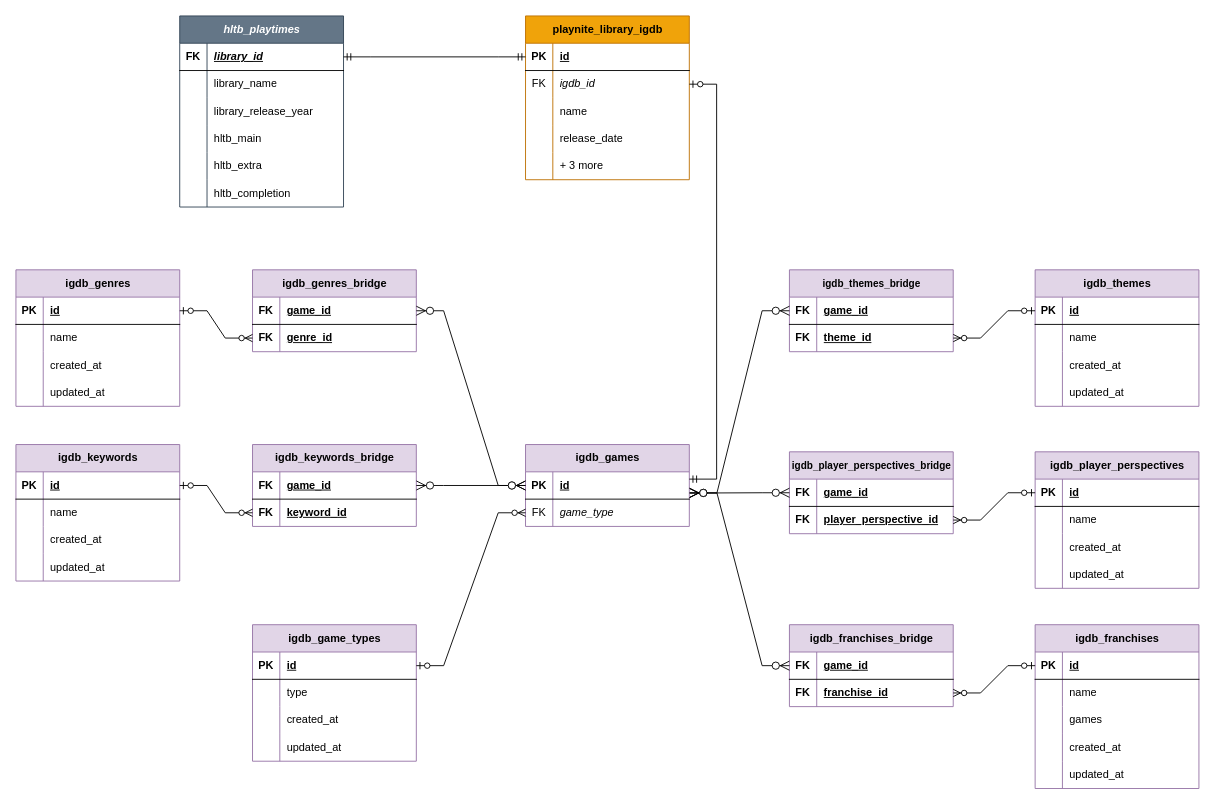
The draw.io diagram docs/diagrams/game-library-enrichment-erd.drawio in tkautzman13/game-library-enrichment-etl, before the edit. Source tidied: cells renumbered, new cells numbered last; positions are measured from the earlier drawing's top-left corner, leaving out a move shared by most shapes. Both pictures are drawn from the tidied source at 91%, with x=0, y=0 at pixel (15, 15).
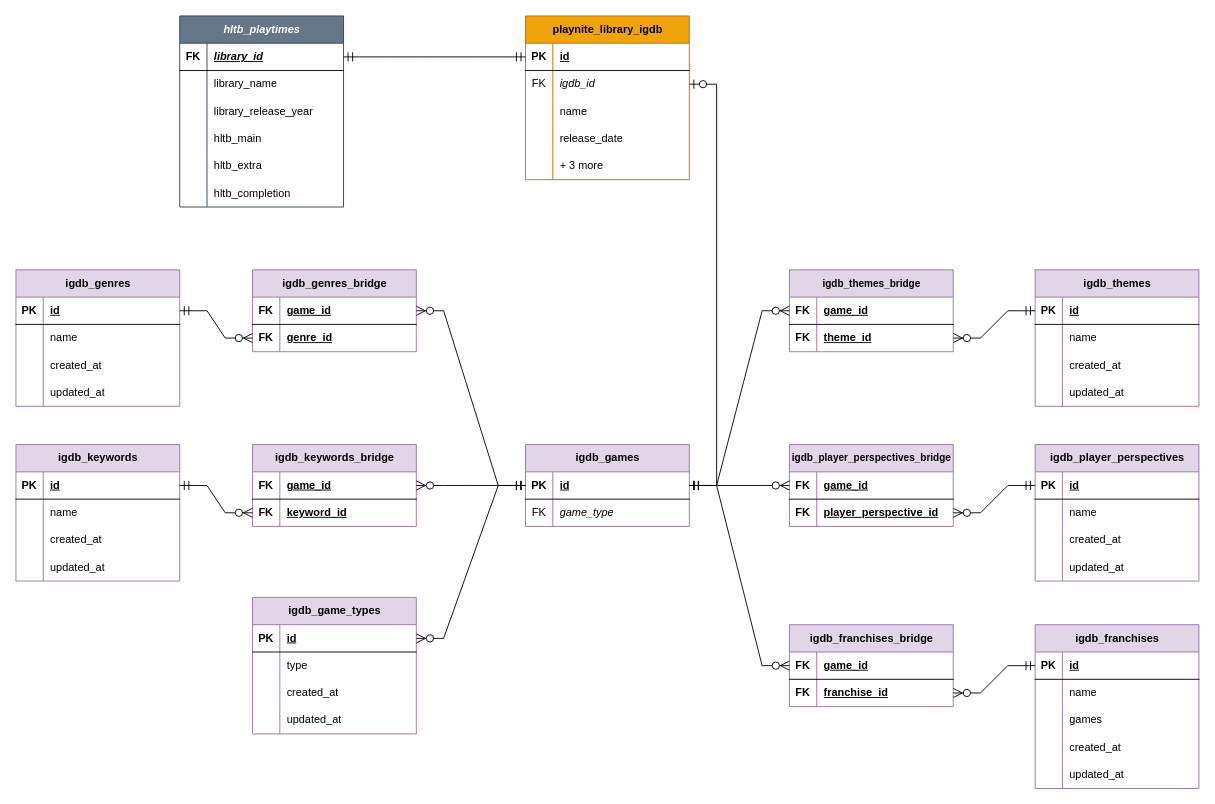
After the change.

Commit message (it also covers changes not shown here):
ERD Adjustments

Unchanged cells that the change refers to:
```xml
<mxCell id="3" style="shape=tableRow;horizontal=0;startSize=0;swimlaneHead=0;swimlaneBody=0;fillColor=none;points=[[0,0.5],[1,0.5]];portConstraint=eastwest;top=0;left=0;right=0;bottom=1;" parent="2" vertex="1">
  <mxGeometry y="30" width="180" height="30" as="geometry" />
</mxCell>
<mxCell id="22" style="shape=tableRow;horizontal=0;startSize=0;swimlaneHead=0;swimlaneBody=0;fillColor=none;points=[[0,0.5],[1,0.5]];portConstraint=eastwest;top=0;left=0;right=0;bottom=1;" parent="21" vertex="1">
  <mxGeometry y="30" width="180" height="30" as="geometry" />
</mxCell>
<mxCell id="25" style="shape=tableRow;horizontal=0;startSize=0;swimlaneHead=0;swimlaneBody=0;fillColor=none;points=[[0,0.5],[1,0.5]];portConstraint=eastwest;top=0;left=0;right=0;bottom=0;" parent="21" vertex="1">
  <mxGeometry y="60" width="180" height="30" as="geometry" />
</mxCell>
<mxCell id="38" style="shape=tableRow;horizontal=0;startSize=0;swimlaneHead=0;swimlaneBody=0;fillColor=none;points=[[0,0.5],[1,0.5]];portConstraint=eastwest;top=0;left=0;right=0;bottom=1;" parent="37" vertex="1">
  <mxGeometry y="30" width="180" height="30" as="geometry" />
</mxCell>
<mxCell id="41" style="shape=tableRow;horizontal=0;startSize=0;swimlaneHead=0;swimlaneBody=0;fillColor=none;points=[[0,0.5],[1,0.5]];portConstraint=eastwest;top=0;left=0;right=0;bottom=0;" parent="37" vertex="1">
  <mxGeometry y="60" width="180" height="30" as="geometry" />
</mxCell>
<mxCell id="45" style="shape=tableRow;horizontal=0;startSize=0;swimlaneHead=0;swimlaneBody=0;fillColor=none;points=[[0,0.5],[1,0.5]];portConstraint=eastwest;top=0;left=0;right=0;bottom=1;" parent="44" vertex="1">
  <mxGeometry y="30" width="180" height="30" as="geometry" />
</mxCell>
<mxCell id="58" style="shape=tableRow;horizontal=0;startSize=0;swimlaneHead=0;swimlaneBody=0;fillColor=none;points=[[0,0.5],[1,0.5]];portConstraint=eastwest;top=0;left=0;right=0;bottom=1;" parent="57" vertex="1">
  <mxGeometry y="30" width="180" height="30" as="geometry" />
</mxCell>
<mxCell id="71" style="shape=tableRow;horizontal=0;startSize=0;swimlaneHead=0;swimlaneBody=0;fillColor=none;points=[[0,0.5],[1,0.5]];portConstraint=eastwest;top=0;left=0;right=0;bottom=1;" parent="70" vertex="1">
  <mxGeometry y="30" width="180" height="30" as="geometry" />
</mxCell>
<mxCell id="84" style="shape=tableRow;horizontal=0;startSize=0;swimlaneHead=0;swimlaneBody=0;fillColor=none;points=[[0,0.5],[1,0.5]];portConstraint=eastwest;top=0;left=0;right=0;bottom=1;" parent="83" vertex="1">
  <mxGeometry y="30" width="180" height="30" as="geometry" />
</mxCell>
<mxCell id="100" style="shape=tableRow;horizontal=0;startSize=0;swimlaneHead=0;swimlaneBody=0;fillColor=none;points=[[0,0.5],[1,0.5]];portConstraint=eastwest;top=0;left=0;right=0;bottom=1;" parent="99" vertex="1">
  <mxGeometry y="30" width="180" height="30" as="geometry" />
</mxCell>
<mxCell id="113" style="shape=tableRow;horizontal=0;startSize=0;swimlaneHead=0;swimlaneBody=0;fillColor=none;points=[[0,0.5],[1,0.5]];portConstraint=eastwest;top=0;left=0;right=0;bottom=1;" parent="112" vertex="1">
  <mxGeometry y="30" width="180" height="30" as="geometry" />
</mxCell>
<mxCell id="129" style="shape=tableRow;horizontal=0;startSize=0;swimlaneHead=0;swimlaneBody=0;fillColor=none;points=[[0,0.5],[1,0.5]];portConstraint=eastwest;top=0;left=0;right=0;bottom=1;" parent="128" vertex="1">
  <mxGeometry y="30" width="180" height="30" as="geometry" />
</mxCell>
<mxCell id="132" style="shape=tableRow;horizontal=0;startSize=0;swimlaneHead=0;swimlaneBody=0;fillColor=none;points=[[0,0.5],[1,0.5]];portConstraint=eastwest;top=0;left=0;right=0;bottom=0;" parent="128" vertex="1">
  <mxGeometry y="60" width="180" height="30" as="geometry" />
</mxCell>
<mxCell id="137" style="shape=tableRow;horizontal=0;startSize=0;swimlaneHead=0;swimlaneBody=0;fillColor=none;points=[[0,0.5],[1,0.5]];portConstraint=eastwest;top=0;left=0;right=0;bottom=1;" parent="136" vertex="1">
  <mxGeometry y="30" width="180" height="30" as="geometry" />
</mxCell>
<mxCell id="140" style="shape=tableRow;horizontal=0;startSize=0;swimlaneHead=0;swimlaneBody=0;fillColor=none;points=[[0,0.5],[1,0.5]];portConstraint=eastwest;top=0;left=0;right=0;bottom=0;" parent="136" vertex="1">
  <mxGeometry y="60" width="180" height="30" as="geometry" />
</mxCell>
<mxCell id="145" style="shape=tableRow;horizontal=0;startSize=0;swimlaneHead=0;swimlaneBody=0;fillColor=none;points=[[0,0.5],[1,0.5]];portConstraint=eastwest;top=0;left=0;right=0;bottom=1;" parent="144" vertex="1">
  <mxGeometry y="30" width="180" height="30" as="geometry" />
</mxCell>
<mxCell id="148" style="shape=tableRow;horizontal=0;startSize=0;swimlaneHead=0;swimlaneBody=0;fillColor=none;points=[[0,0.5],[1,0.5]];portConstraint=eastwest;top=0;left=0;right=0;bottom=0;" parent="144" vertex="1">
  <mxGeometry y="60" width="180" height="30" as="geometry" />
</mxCell>
<mxCell id="152" style="shape=tableRow;horizontal=0;startSize=0;swimlaneHead=0;swimlaneBody=0;fillColor=none;points=[[0,0.5],[1,0.5]];portConstraint=eastwest;top=0;left=0;right=0;bottom=1;" parent="151" vertex="1">
  <mxGeometry y="30" width="180" height="30" as="geometry" />
</mxCell>
<mxCell id="155" style="shape=tableRow;horizontal=0;startSize=0;swimlaneHead=0;swimlaneBody=0;fillColor=none;points=[[0,0.5],[1,0.5]];portConstraint=eastwest;top=0;left=0;right=0;bottom=0;" parent="151" vertex="1">
  <mxGeometry y="60" width="180" height="30" as="geometry" />
</mxCell>
<mxCell id="159" style="shape=tableRow;horizontal=0;startSize=0;swimlaneHead=0;swimlaneBody=0;fillColor=none;points=[[0,0.5],[1,0.5]];portConstraint=eastwest;top=0;left=0;right=0;bottom=1;" parent="158" vertex="1">
  <mxGeometry y="30" width="180" height="30" as="geometry" />
</mxCell>
<mxCell id="162" style="shape=tableRow;horizontal=0;startSize=0;swimlaneHead=0;swimlaneBody=0;fillColor=none;points=[[0,0.5],[1,0.5]];portConstraint=eastwest;top=0;left=0;right=0;bottom=0;" parent="158" vertex="1">
  <mxGeometry y="60" width="180" height="30" as="geometry" />
</mxCell>
```

Diff of the diagram source:
```diff
@@
     <mxCell id="44" value="igdb_game_types" style="shape=table;startSize=30;childLayout=tableLayout;rowLines=0;fontStyle=1;align=center;html=1;fillColor=light-dark(#E1D5E7,#9933FF);strokeColor=#9673a6;" parent="1" vertex="1">
-      <mxGeometry x="260" y="669" width="180" height="150" as="geometry" />
+      <mxGeometry x="260" y="639" width="180" height="150" as="geometry" />
     </mxCell>
@@
     <mxCell id="99" value="igdb_player_perspectives" style="shape=table;startSize=30;childLayout=tableLayout;rowLines=0;fontStyle=1;align=center;html=1;fillColor=light-dark(#E1D5E7,#9933FF);strokeColor=#9673a6;" parent="1" vertex="1">
-      <mxGeometry x="1120" y="479" width="180" height="150" as="geometry" />
+      <mxGeometry x="1120" y="471" width="180" height="150" as="geometry" />
     </mxCell>
@@
-    <mxCell id="125" style="edgeStyle=entityRelationEdgeStyle;fontSize=12;html=1;endArrow=ERmandOne;startArrow=ERmandOne;rounded=0;exitX=1;exitY=0.5;exitDx=0;exitDy=0;entryX=0;entryY=0.5;entryDx=0;entryDy=0;" parent="1" edge="1" source="3" target="22">
-      <mxGeometry relative="1" as="geometry" />
-    </mxCell>
-    <mxCell id="126" style="edgeStyle=entityRelationEdgeStyle;fontSize=12;html=1;endArrow=ERzeroToOne;startArrow=ERmandOne;rounded=0;entryX=1;entryY=0.5;entryDx=0;entryDy=0;exitX=1;exitY=0.267;exitDx=0;exitDy=0;exitPerimeter=0;" parent="1" edge="1" source="38" target="25">
-      <mxGeometry relative="1" as="geometry">
-        <Array as="points">
-          <mxPoint x="760" y="419" />
-          <mxPoint x="750" y="309" />
-          <mxPoint x="760" y="409" />
-          <mxPoint x="770" y="329" />
-        </Array>
-      </mxGeometry>
-    </mxCell>
-    <mxCell id="127" style="edgeStyle=entityRelationEdgeStyle;fontSize=12;html=1;endArrow=ERzeroToMany;startArrow=ERzeroToOne;rounded=0;exitX=1;exitY=0.5;exitDx=0;exitDy=0;entryX=0;entryY=0.5;entryDx=0;entryDy=0;" parent="1" edge="1" source="45" target="41">
-      <mxGeometry relative="1" as="geometry" />
-    </mxCell>
@@
-    <mxCell id="135" style="edgeStyle=entityRelationEdgeStyle;fontSize=12;html=1;endArrow=ERzeroToMany;endFill=1;startArrow=ERzeroToMany;rounded=0;startSize=8;endSize=8;entryX=0;entryY=0.5;entryDx=0;entryDy=0;" parent="1" edge="1" source="129" target="38">
-      <mxGeometry relative="1" as="geometry" />
-    </mxCell>
@@
-    <mxCell id="143" style="edgeStyle=entityRelationEdgeStyle;fontSize=12;html=1;endArrow=ERzeroToMany;endFill=1;startArrow=ERzeroToMany;rounded=0;startSize=8;endSize=8;entryX=0;entryY=0.5;entryDx=0;entryDy=0;exitX=1;exitY=0.5;exitDx=0;exitDy=0;" parent="1" edge="1" source="137" target="38">
-      <mxGeometry relative="1" as="geometry" />
-    </mxCell>
@@
     <mxCell id="151" value="&lt;font style=&quot;font-size: 11px;&quot;&gt;igdb_player_perspectives_bridge&lt;/font&gt;" style="shape=table;startSize=30;childLayout=tableLayout;rowLines=0;fontStyle=1;align=center;html=1;fillColor=light-dark(#E1D5E7,#9933FF);strokeColor=#9673a6;" parent="1" vertex="1">
-      <mxGeometry x="850" y="479" width="180" height="90" as="geometry" />
+      <mxGeometry x="850" y="471" width="180" height="90" as="geometry" />
     </mxCell>
@@
+    <mxCell id="126" style="edgeStyle=entityRelationEdgeStyle;fontSize=12;html=1;endArrow=ERzeroToOne;startArrow=ERmandOne;rounded=0;startSize=8;endSize=8;exitX=1;exitY=0.5;exitDx=0;exitDy=0;entryX=1;entryY=0.5;entryDx=0;entryDy=0;" parent="1" edge="1" source="38" target="25">
+      <mxGeometry relative="1" as="geometry" />
+    </mxCell>
+    <mxCell id="125" style="edgeStyle=entityRelationEdgeStyle;fontSize=12;html=1;endArrow=ERmandOne;startArrow=ERmandOne;rounded=0;startSize=8;endSize=8;curved=1;exitX=1;exitY=0.5;exitDx=0;exitDy=0;entryX=0;entryY=0.5;entryDx=0;entryDy=0;" parent="1" edge="1" source="3" target="22">
+      <mxGeometry relative="1" as="geometry">
+        <Array as="points">
+          <mxPoint x="470" y="119" />
+        </Array>
+      </mxGeometry>
+    </mxCell>
+    <mxCell id="173" style="edgeStyle=entityRelationEdgeStyle;fontSize=12;html=1;endArrow=ERzeroToMany;startArrow=ERmandOne;rounded=0;startSize=8;endSize=8;curved=1;exitX=0;exitY=0.5;exitDx=0;exitDy=0;entryX=1;entryY=0.5;entryDx=0;entryDy=0;" parent="1" edge="1" source="38" target="137">
+      <mxGeometry relative="1" as="geometry" />
+    </mxCell>
+    <mxCell id="174" style="edgeStyle=entityRelationEdgeStyle;fontSize=12;html=1;endArrow=ERzeroToMany;startArrow=ERmandOne;rounded=0;startSize=8;endSize=8;exitX=0;exitY=0.5;exitDx=0;exitDy=0;entryX=1;entryY=0.5;entryDx=0;entryDy=0;" parent="1" edge="1" source="38" target="129">
+      <mxGeometry relative="1" as="geometry" />
+    </mxCell>
+    <mxCell id="175" style="edgeStyle=entityRelationEdgeStyle;fontSize=12;html=1;endArrow=ERzeroToMany;startArrow=ERmandOne;rounded=0;startSize=8;endSize=8;exitX=0;exitY=0.5;exitDx=0;exitDy=0;entryX=1;entryY=0.5;entryDx=0;entryDy=0;" parent="1" edge="1" source="38" target="45">
+      <mxGeometry relative="1" as="geometry" />
+    </mxCell>
+    <mxCell id="169" style="edgeStyle=entityRelationEdgeStyle;fontSize=12;html=1;endArrow=ERzeroToMany;startArrow=ERmandOne;rounded=0;startSize=8;endSize=8;exitX=1;exitY=0.5;exitDx=0;exitDy=0;entryX=0;entryY=0.5;entryDx=0;entryDy=0;" parent="1" edge="1" source="71" target="140">
+      <mxGeometry relative="1" as="geometry" />
+    </mxCell>
+    <mxCell id="168" style="edgeStyle=entityRelationEdgeStyle;fontSize=12;html=1;endArrow=ERzeroToMany;startArrow=ERmandOne;rounded=0;startSize=8;endSize=8;exitX=1;exitY=0.5;exitDx=0;exitDy=0;entryX=0;entryY=0.5;entryDx=0;entryDy=0;" parent="1" edge="1" source="58" target="132">
+      <mxGeometry relative="1" as="geometry" />
+    </mxCell>
-    <mxCell id="165" style="edgeStyle=entityRelationEdgeStyle;fontSize=12;html=1;endArrow=ERzeroToMany;endFill=1;startArrow=ERzeroToMany;rounded=0;startSize=8;endSize=8;exitX=1.002;exitY=0.773;exitDx=0;exitDy=0;exitPerimeter=0;entryX=0;entryY=0.5;entryDx=0;entryDy=0;" parent="1" edge="1" source="38" target="159">
+    <mxCell id="165" style="edgeStyle=entityRelationEdgeStyle;fontSize=12;html=1;endArrow=ERzeroToMany;startArrow=ERmandOne;rounded=0;startSize=8;endSize=8;exitX=1;exitY=0.5;exitDx=0;exitDy=0;" parent="1" edge="1" source="38" target="159">
       <mxGeometry relative="1" as="geometry" />
     </mxCell>
-    <mxCell id="166" style="edgeStyle=entityRelationEdgeStyle;fontSize=12;html=1;endArrow=ERzeroToMany;endFill=1;startArrow=ERzeroToMany;rounded=0;startSize=8;endSize=8;exitX=1.002;exitY=0.773;exitDx=0;exitDy=0;exitPerimeter=0;entryX=0;entryY=0.5;entryDx=0;entryDy=0;" parent="1" edge="1" source="38" target="152">
+    <mxCell id="166" style="edgeStyle=entityRelationEdgeStyle;fontSize=12;html=1;endArrow=ERzeroToMany;startArrow=ERmandOne;rounded=0;startSize=8;endSize=8;exitX=1;exitY=0.5;exitDx=0;exitDy=0;entryX=0;entryY=0.5;entryDx=0;entryDy=0;" parent="1" edge="1" source="38" target="152">
       <mxGeometry relative="1" as="geometry" />
     </mxCell>
-    <mxCell id="167" style="edgeStyle=entityRelationEdgeStyle;fontSize=12;html=1;endArrow=ERzeroToMany;endFill=1;startArrow=ERzeroToMany;rounded=0;startSize=8;endSize=8;exitX=1.002;exitY=0.773;exitDx=0;exitDy=0;exitPerimeter=0;entryX=0;entryY=0.5;entryDx=0;entryDy=0;" parent="1" edge="1" source="38" target="145">
+    <mxCell id="167" style="edgeStyle=entityRelationEdgeStyle;fontSize=12;html=1;endArrow=ERzeroToMany;startArrow=ERmandOne;rounded=0;startSize=8;endSize=8;exitX=1;exitY=0.5;exitDx=0;exitDy=0;entryX=0;entryY=0.5;entryDx=0;entryDy=0;" parent="1" edge="1" source="38" target="145">
       <mxGeometry relative="1" as="geometry" />
     </mxCell>
-    <mxCell id="168" style="edgeStyle=entityRelationEdgeStyle;fontSize=12;html=1;endArrow=ERzeroToMany;startArrow=ERzeroToOne;rounded=0;exitX=1;exitY=0.5;exitDx=0;exitDy=0;entryX=0;entryY=0.5;entryDx=0;entryDy=0;" parent="1" edge="1" source="58" target="132">
-      <mxGeometry relative="1" as="geometry" />
-    </mxCell>
-    <mxCell id="169" style="edgeStyle=entityRelationEdgeStyle;fontSize=12;html=1;endArrow=ERzeroToMany;startArrow=ERzeroToOne;rounded=0;exitX=1;exitY=0.5;exitDx=0;exitDy=0;entryX=0;entryY=0.5;entryDx=0;entryDy=0;" parent="1" edge="1" source="71" target="140">
-      <mxGeometry relative="1" as="geometry" />
-    </mxCell>
-    <mxCell id="170" style="edgeStyle=entityRelationEdgeStyle;fontSize=12;html=1;endArrow=ERzeroToMany;startArrow=ERzeroToOne;rounded=0;exitX=0;exitY=0.5;exitDx=0;exitDy=0;entryX=1;entryY=0.5;entryDx=0;entryDy=0;" parent="1" edge="1" source="113" target="162">
+    <mxCell id="170" style="edgeStyle=entityRelationEdgeStyle;fontSize=12;html=1;endArrow=ERzeroToMany;startArrow=ERmandOne;rounded=0;startSize=8;endSize=8;exitX=0;exitY=0.5;exitDx=0;exitDy=0;entryX=1;entryY=0.5;entryDx=0;entryDy=0;" parent="1" edge="1" source="113" target="162">
       <mxGeometry relative="1" as="geometry" />
     </mxCell>
-    <mxCell id="171" style="edgeStyle=entityRelationEdgeStyle;fontSize=12;html=1;endArrow=ERzeroToMany;startArrow=ERzeroToOne;rounded=0;exitX=0;exitY=0.5;exitDx=0;exitDy=0;entryX=1;entryY=0.5;entryDx=0;entryDy=0;" parent="1" edge="1" source="100" target="155">
+    <mxCell id="171" style="edgeStyle=entityRelationEdgeStyle;fontSize=12;html=1;endArrow=ERzeroToMany;startArrow=ERmandOne;rounded=0;startSize=8;endSize=8;exitX=0;exitY=0.5;exitDx=0;exitDy=0;entryX=1;entryY=0.5;entryDx=0;entryDy=0;" parent="1" edge="1" source="100" target="155">
       <mxGeometry relative="1" as="geometry" />
     </mxCell>
-    <mxCell id="172" style="edgeStyle=entityRelationEdgeStyle;fontSize=12;html=1;endArrow=ERzeroToMany;startArrow=ERzeroToOne;rounded=0;exitX=0;exitY=0.5;exitDx=0;exitDy=0;entryX=1;entryY=0.5;entryDx=0;entryDy=0;" parent="1" edge="1" source="84" target="148">
+    <mxCell id="172" style="edgeStyle=entityRelationEdgeStyle;fontSize=12;html=1;endArrow=ERzeroToMany;startArrow=ERmandOne;rounded=0;startSize=8;endSize=8;exitX=0;exitY=0.5;exitDx=0;exitDy=0;entryX=1;entryY=0.5;entryDx=0;entryDy=0;" parent="1" edge="1" source="84" target="148">
       <mxGeometry relative="1" as="geometry" />
     </mxCell>
```
